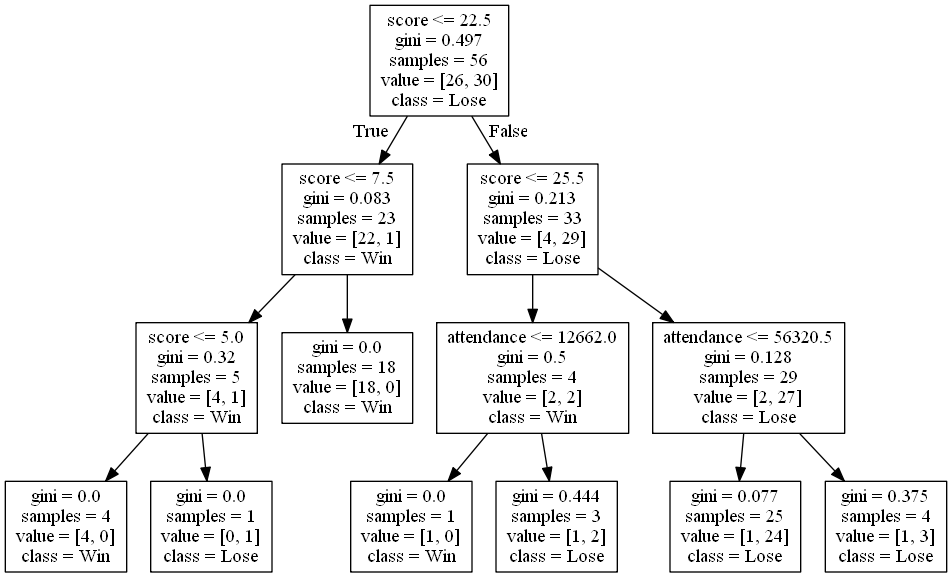
alexana-steck/CSE482Project keeps this Graphviz diagram as DecisionTrees/decision_tree_with_score1.png. Above is the earlier version. Its source is kept beside it as DecisionTrees/decision_tree_with_score1.dot.
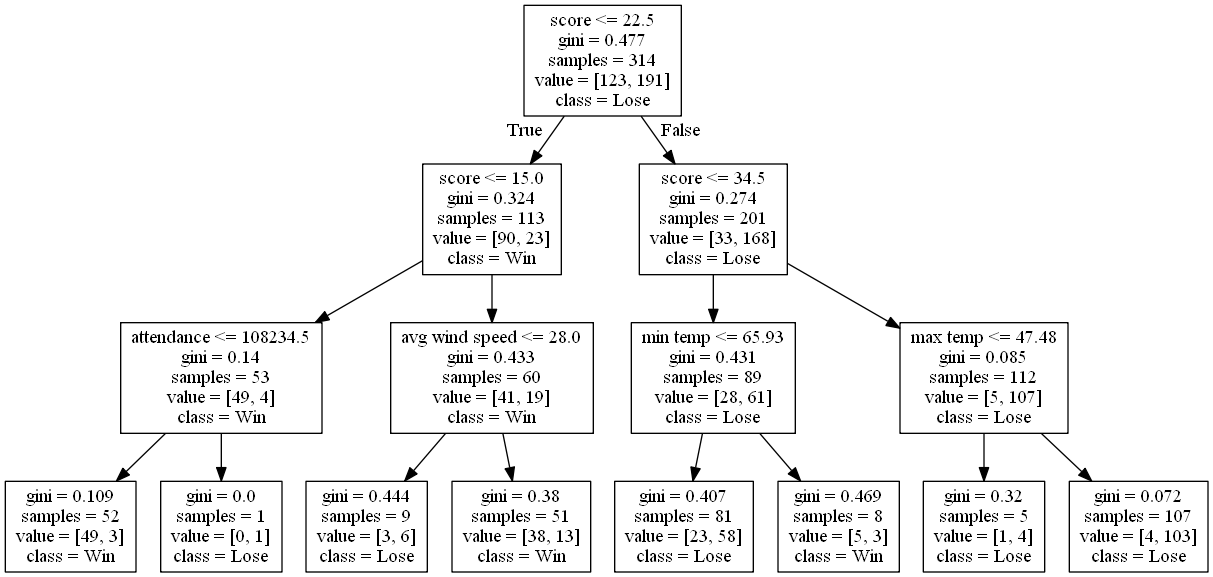
Later version of the same file.

Diff of the diagram source:
```diff
@@ -1,28 +1,32 @@
 digraph Tree {
 node [shape=box] ;
-0 [label="score <= 22.5\ngini = 0.497\nsamples = 56\nvalue = [26, 30]\nclass = Lose"] ;
-1 [label="score <= 7.5\ngini = 0.083\nsamples = 23\nvalue = [22, 1]\nclass = Win"] ;
+0 [label="score <= 22.5\ngini = 0.477\nsamples = 314\nvalue = [123, 191]\nclass = Lose"] ;
+1 [label="score <= 15.0\ngini = 0.324\nsamples = 113\nvalue = [90, 23]\nclass = Win"] ;
 0 -> 1 [labeldistance=2.5, labelangle=45, headlabel="True"] ;
-2 [label="score <= 5.0\ngini = 0.32\nsamples = 5\nvalue = [4, 1]\nclass = Win"] ;
+2 [label="attendance <= 108234.5\ngini = 0.14\nsamples = 53\nvalue = [49, 4]\nclass = Win"] ;
 1 -> 2 ;
-3 [label="gini = 0.0\nsamples = 4\nvalue = [4, 0]\nclass = Win"] ;
+3 [label="gini = 0.109\nsamples = 52\nvalue = [49, 3]\nclass = Win"] ;
 2 -> 3 ;
 4 [label="gini = 0.0\nsamples = 1\nvalue = [0, 1]\nclass = Lose"] ;
 2 -> 4 ;
-5 [label="gini = 0.0\nsamples = 18\nvalue = [18, 0]\nclass = Win"] ;
+5 [label="avg wind speed <= 28.0\ngini = 0.433\nsamples = 60\nvalue = [41, 19]\nclass = Win"] ;
 1 -> 5 ;
-6 [label="score <= 25.5\ngini = 0.213\nsamples = 33\nvalue = [4, 29]\nclass = Lose"] ;
-0 -> 6 [labeldistance=2.5, labelangle=-45, headlabel="False"] ;
-7 [label="attendance <= 12662.0\ngini = 0.5\nsamples = 4\nvalue = [2, 2]\nclass = Win"] ;
-6 -> 7 ;
-8 [label="gini = 0.0\nsamples = 1\nvalue = [1, 0]\nclass = Win"] ;
-7 -> 8 ;
-9 [label="gini = 0.444\nsamples = 3\nvalue = [1, 2]\nclass = Lose"] ;
-7 -> 9 ;
-10 [label="attendance <= 56320.5\ngini = 0.128\nsamples = 29\nvalue = [2, 27]\nclass = Lose"] ;
-6 -> 10 ;
-11 [label="gini = 0.077\nsamples = 25\nvalue = [1, 24]\nclass = Lose"] ;
-10 -> 11 ;
-12 [label="gini = 0.375\nsamples = 4\nvalue = [1, 3]\nclass = Lose"] ;
-10 -> 12 ;
+6 [label="gini = 0.444\nsamples = 9\nvalue = [3, 6]\nclass = Lose"] ;
+5 -> 6 ;
+7 [label="gini = 0.38\nsamples = 51\nvalue = [38, 13]\nclass = Win"] ;
+5 -> 7 ;
+8 [label="score <= 34.5\ngini = 0.274\nsamples = 201\nvalue = [33, 168]\nclass = Lose"] ;
+0 -> 8 [labeldistance=2.5, labelangle=-45, headlabel="False"] ;
+9 [label="min temp <= 65.93\ngini = 0.431\nsamples = 89\nvalue = [28, 61]\nclass = Lose"] ;
+8 -> 9 ;
+10 [label="gini = 0.407\nsamples = 81\nvalue = [23, 58]\nclass = Lose"] ;
+9 -> 10 ;
+11 [label="gini = 0.469\nsamples = 8\nvalue = [5, 3]\nclass = Win"] ;
+9 -> 11 ;
+12 [label="max temp <= 47.48\ngini = 0.085\nsamples = 112\nvalue = [5, 107]\nclass = Lose"] ;
+8 -> 12 ;
+13 [label="gini = 0.32\nsamples = 5\nvalue = [1, 4]\nclass = Lose"] ;
+12 -> 13 ;
+14 [label="gini = 0.072\nsamples = 107\nvalue = [4, 103]\nclass = Lose"] ;
+12 -> 14 ;
 }
```
